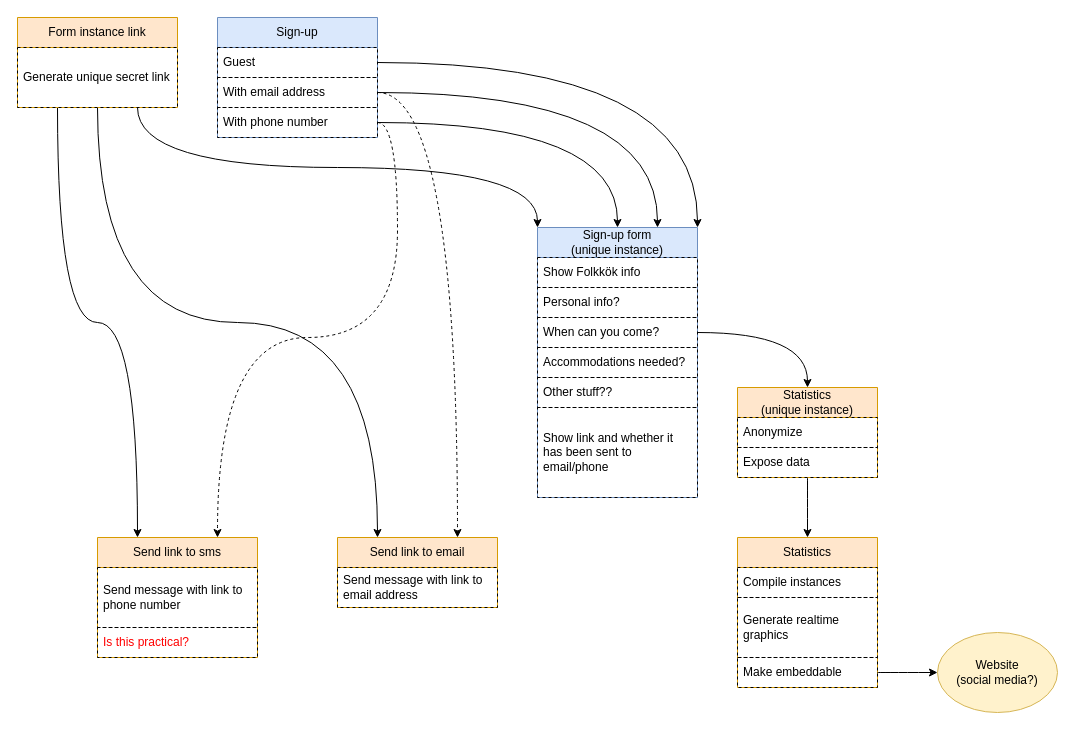
Earlier version of the draw.io diagram Folkkök_volunteer_signup.drawio (kvastlund/folkkok). Source tidied: cells renumbered, new cells numbered last; positions are measured from the earlier drawing's top-left corner, leaving out a move shared by most shapes. Both pictures are drawn from the tidied source at 100%, with x=0, y=0 at pixel (17, 17).
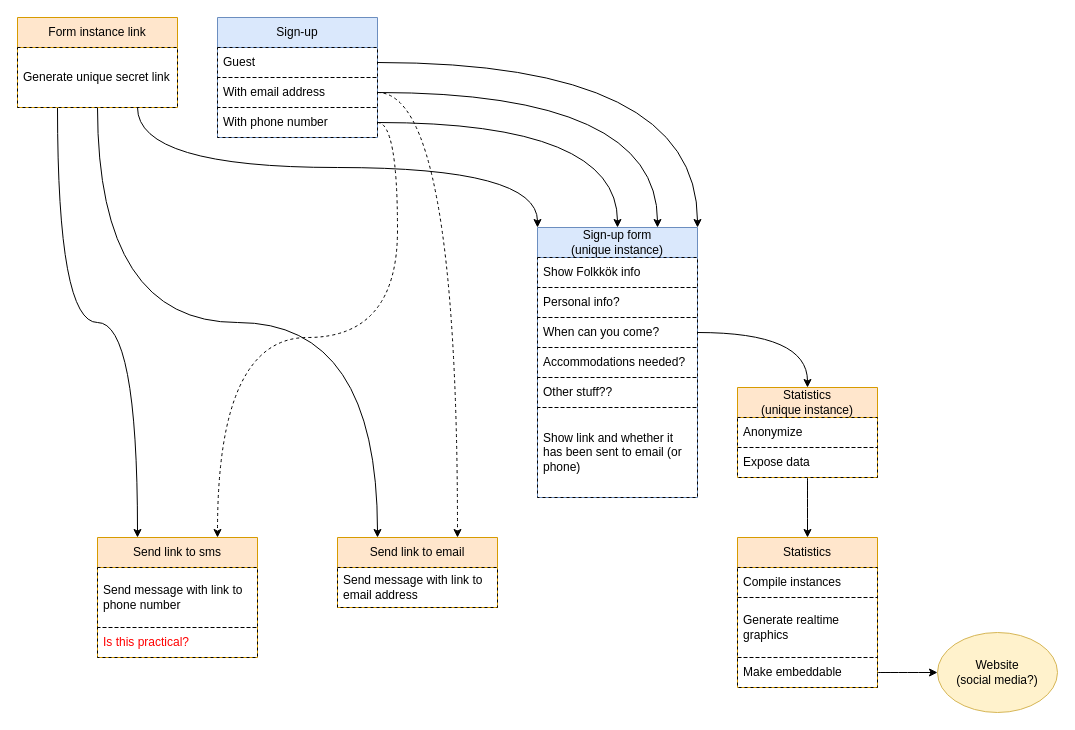
After the change.

Commit message:
Minor edit - phone more clearly uncertain

Unchanged cells that the change refers to:
```xml
<mxCell id="7" value="&lt;div&gt;Sign-up form&lt;/div&gt;&lt;div&gt;(unique instance)&lt;br&gt;&lt;/div&gt;" style="swimlane;fontStyle=0;horizontal=1;startSize=30;whiteSpace=wrap;html=1;fillColor=#dae8fc;strokeColor=#6c8ebf;" parent="1" vertex="1">
  <mxGeometry x="520" y="210" width="160" height="270" as="geometry" />
</mxCell>
```

Diff of the diagram source:
```diff
@@
-    <mxCell id="13" value="Show link and whether it has been sent to email/phone" style="text;strokeColor=default;fillColor=none;align=left;verticalAlign=middle;spacingLeft=4;spacingRight=4;overflow=hidden;whiteSpace=wrap;html=1;spacingBottom=0;dashed=1;" parent="7" vertex="1">
+    <mxCell id="13" value="Show link and whether it has been sent to email (or phone)" style="text;strokeColor=default;fillColor=none;align=left;verticalAlign=middle;spacingLeft=4;spacingRight=4;overflow=hidden;whiteSpace=wrap;html=1;spacingBottom=0;dashed=1;" parent="7" vertex="1">
       <mxGeometry y="180" width="160" height="90" as="geometry" />
     </mxCell>
```
